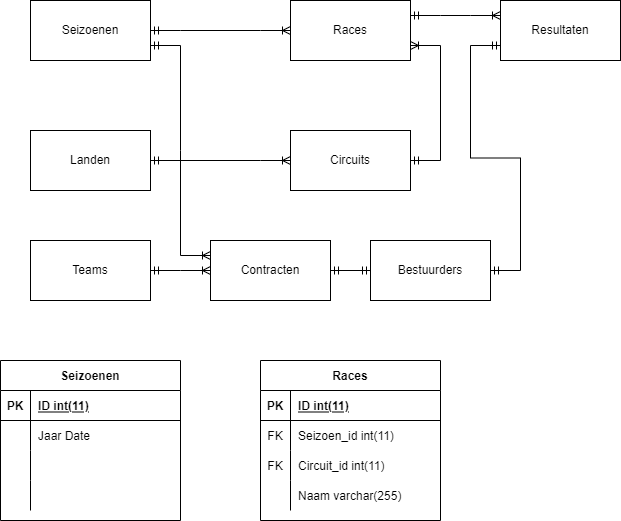
PeterVanKampen7/AO-B7-ERD keeps this draw.io diagram as F1 ERD.drawio.png. Above is the earlier version. Source tidied: cells renumbered, new cells last; positions are measured from the earlier drawing's top-left corner, leaving out a move shared by most shapes.
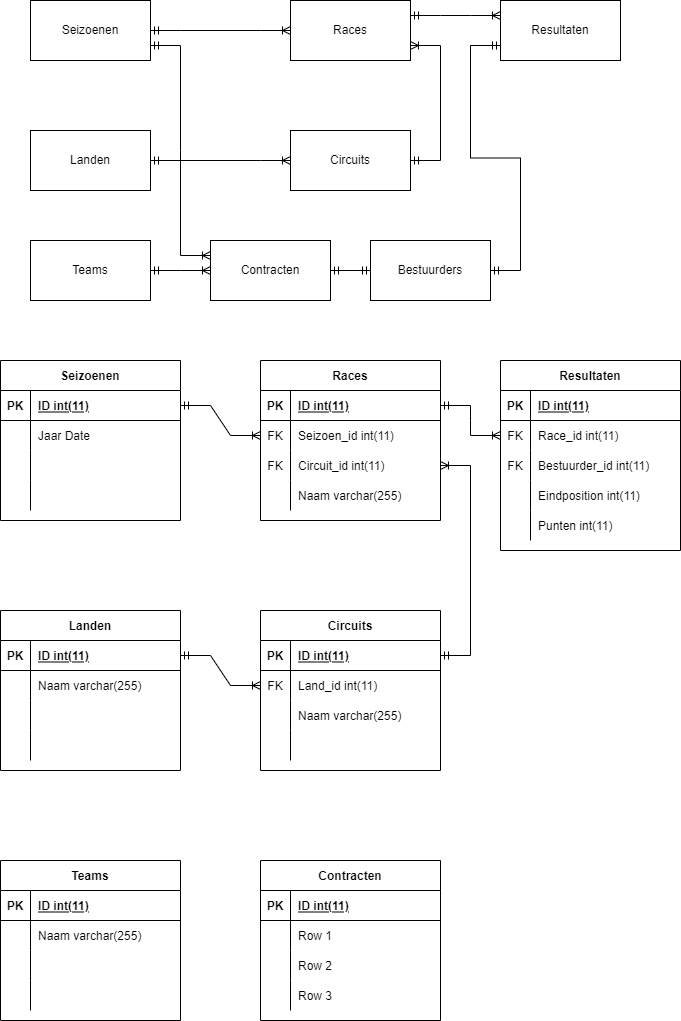
The same diagram one commit later.

The edit, as a diff of the source:
```diff
@@ -128,5 +128,221 @@
     <mxCell id="43" value="Naam varchar(255)" style="shape=partialRectangle;fillColor=none;top=0;left=0;bottom=0;right=0;align=left;spacingLeft=6;overflow=hidden;" parent="41" vertex="1">
       <mxGeometry x="30" width="150" height="30" as="geometry" />
     </mxCell>
+    <mxCell id="44" style="edgeStyle=entityRelationEdgeStyle;fontSize=12;html=1;endArrow=ERoneToMany;startArrow=ERmandOne;rounded=0;exitX=1;exitY=0.5;exitDx=0;exitDy=0;entryX=0;entryY=0.5;entryDx=0;entryDy=0;" parent="1" edge="1" source="19" target="35">
+      <mxGeometry relative="1" as="geometry" />
+    </mxCell>
+    <mxCell id="45" value="Resultaten" style="shape=table;startSize=30;rowLines=0;fontStyle=1;align=center;" parent="1" vertex="1">
+      <mxGeometry x="500" y="360" width="180" height="190" as="geometry" />
+    </mxCell>
+    <mxCell id="46" style="shape=tableRow;horizontal=0;startSize=0;swimlaneHead=0;swimlaneBody=0;fillColor=none;top=0;left=0;right=0;bottom=1;" parent="45" vertex="1">
+      <mxGeometry y="30" width="180" height="30" as="geometry" />
+    </mxCell>
+    <mxCell id="47" value="PK" style="shape=partialRectangle;fillColor=none;top=0;left=0;bottom=0;right=0;fontStyle=1;overflow=hidden;" parent="46" vertex="1">
+      <mxGeometry width="30" height="30" as="geometry" />
+    </mxCell>
+    <mxCell id="48" value="ID int(11)" style="shape=partialRectangle;fillColor=none;top=0;left=0;bottom=0;right=0;align=left;spacingLeft=6;fontStyle=5;overflow=hidden;" parent="46" vertex="1">
+      <mxGeometry x="30" width="150" height="30" as="geometry" />
+    </mxCell>
+    <mxCell id="49" style="shape=tableRow;horizontal=0;startSize=0;swimlaneHead=0;swimlaneBody=0;fillColor=none;points=[[0,0.5],[1,0.5]];portConstraint=eastwest;top=0;left=0;right=0;bottom=0;" parent="45" vertex="1">
+      <mxGeometry y="60" width="180" height="30" as="geometry" />
+    </mxCell>
+    <mxCell id="50" value="FK" style="shape=partialRectangle;fillColor=none;top=0;left=0;bottom=0;right=0;overflow=hidden;" parent="49" vertex="1">
+      <mxGeometry width="30" height="30" as="geometry" />
+    </mxCell>
+    <mxCell id="51" value="Race_id int(11)" style="shape=partialRectangle;fillColor=none;top=0;left=0;bottom=0;right=0;align=left;spacingLeft=6;overflow=hidden;" parent="49" vertex="1">
+      <mxGeometry x="30" width="150" height="30" as="geometry" />
+    </mxCell>
+    <mxCell id="52" style="shape=tableRow;horizontal=0;startSize=0;swimlaneHead=0;swimlaneBody=0;fillColor=none;top=0;left=0;right=0;bottom=0;" parent="45" vertex="1">
+      <mxGeometry y="90" width="180" height="30" as="geometry" />
+    </mxCell>
+    <mxCell id="53" value="FK" style="shape=partialRectangle;fillColor=none;top=0;left=0;bottom=0;right=0;overflow=hidden;" parent="52" vertex="1">
+      <mxGeometry width="30" height="30" as="geometry" />
+    </mxCell>
+    <mxCell id="54" value="Bestuurder_id int(11)" style="shape=partialRectangle;fillColor=none;top=0;left=0;bottom=0;right=0;align=left;spacingLeft=6;overflow=hidden;" parent="52" vertex="1">
+      <mxGeometry x="30" width="150" height="30" as="geometry" />
+    </mxCell>
+    <mxCell id="55" style="shape=tableRow;horizontal=0;startSize=0;swimlaneHead=0;swimlaneBody=0;fillColor=none;top=0;left=0;right=0;bottom=0;" parent="45" vertex="1">
+      <mxGeometry y="120" width="180" height="30" as="geometry" />
+    </mxCell>
+    <mxCell id="56" style="shape=partialRectangle;fillColor=none;top=0;left=0;bottom=0;right=0;overflow=hidden;" parent="55" vertex="1">
+      <mxGeometry width="30" height="30" as="geometry" />
+    </mxCell>
+    <mxCell id="57" value="Eindposition int(11)" style="shape=partialRectangle;fillColor=none;top=0;left=0;bottom=0;right=0;align=left;spacingLeft=6;overflow=hidden;" parent="55" vertex="1">
+      <mxGeometry x="30" width="150" height="30" as="geometry" />
+    </mxCell>
+    <mxCell id="58" style="shape=tableRow;horizontal=0;startSize=0;swimlaneHead=0;swimlaneBody=0;fillColor=none;top=0;left=0;right=0;bottom=0;" parent="45" vertex="1">
+      <mxGeometry y="150" width="180" height="30" as="geometry" />
+    </mxCell>
+    <mxCell id="59" style="shape=partialRectangle;fillColor=none;top=0;left=0;bottom=0;right=0;fontStyle=0;overflow=hidden;" parent="58" vertex="1">
+      <mxGeometry width="30" height="30" as="geometry" />
+    </mxCell>
+    <mxCell id="60" value="Punten int(11)" style="shape=partialRectangle;fillColor=none;top=0;left=0;bottom=0;right=0;align=left;spacingLeft=6;fontStyle=0;overflow=hidden;" parent="58" vertex="1">
+      <mxGeometry x="30" width="150" height="30" as="geometry" />
+    </mxCell>
+    <mxCell id="61" style="edgeStyle=entityRelationEdgeStyle;fontSize=12;html=1;endArrow=ERoneToMany;startArrow=ERmandOne;rounded=0;entryX=0;entryY=0.5;entryDx=0;entryDy=0;exitX=1;exitY=0.5;exitDx=0;exitDy=0;" parent="1" edge="1" source="32" target="49">
+      <mxGeometry relative="1" as="geometry" />
+    </mxCell>
+    <mxCell id="62" value="Circuits" style="shape=table;startSize=30;rowLines=0;fontStyle=1;align=center;" parent="1" vertex="1">
+      <mxGeometry x="260" y="610" width="180" height="160" as="geometry" />
+    </mxCell>
+    <mxCell id="63" style="shape=tableRow;horizontal=0;startSize=0;swimlaneHead=0;swimlaneBody=0;fillColor=none;points=[[0,0.5],[1,0.5]];portConstraint=eastwest;top=0;left=0;right=0;bottom=1;" parent="62" vertex="1">
+      <mxGeometry y="30" width="180" height="30" as="geometry" />
+    </mxCell>
+    <mxCell id="64" value="PK" style="shape=partialRectangle;fillColor=none;top=0;left=0;bottom=0;right=0;fontStyle=1;overflow=hidden;" parent="63" vertex="1">
+      <mxGeometry width="30" height="30" as="geometry" />
+    </mxCell>
+    <mxCell id="65" value="ID int(11)" style="shape=partialRectangle;fillColor=none;top=0;left=0;bottom=0;right=0;align=left;spacingLeft=6;fontStyle=5;overflow=hidden;" parent="63" vertex="1">
+      <mxGeometry x="30" width="150" height="30" as="geometry" />
+    </mxCell>
+    <mxCell id="66" style="shape=tableRow;horizontal=0;startSize=0;swimlaneHead=0;swimlaneBody=0;fillColor=none;points=[[0,0.5],[1,0.5]];portConstraint=eastwest;top=0;left=0;right=0;bottom=0;" parent="62" vertex="1">
+      <mxGeometry y="60" width="180" height="30" as="geometry" />
+    </mxCell>
+    <mxCell id="67" value="FK" style="shape=partialRectangle;fillColor=none;top=0;left=0;bottom=0;right=0;overflow=hidden;" parent="66" vertex="1">
+      <mxGeometry width="30" height="30" as="geometry" />
+    </mxCell>
+    <mxCell id="68" value="Land_id int(11)" style="shape=partialRectangle;fillColor=none;top=0;left=0;bottom=0;right=0;align=left;spacingLeft=6;overflow=hidden;" parent="66" vertex="1">
+      <mxGeometry x="30" width="150" height="30" as="geometry" />
+    </mxCell>
+    <mxCell id="69" style="shape=tableRow;horizontal=0;startSize=0;swimlaneHead=0;swimlaneBody=0;fillColor=none;top=0;left=0;right=0;bottom=0;" parent="62" vertex="1">
+      <mxGeometry y="90" width="180" height="30" as="geometry" />
+    </mxCell>
+    <mxCell id="70" style="shape=partialRectangle;fillColor=none;top=0;left=0;bottom=0;right=0;overflow=hidden;" parent="69" vertex="1">
+      <mxGeometry width="30" height="30" as="geometry" />
+    </mxCell>
+    <mxCell id="71" value="Naam varchar(255)" style="shape=partialRectangle;fillColor=none;top=0;left=0;bottom=0;right=0;align=left;spacingLeft=6;overflow=hidden;" parent="69" vertex="1">
+      <mxGeometry x="30" width="150" height="30" as="geometry" />
+    </mxCell>
+    <mxCell id="72" style="shape=tableRow;horizontal=0;startSize=0;swimlaneHead=0;swimlaneBody=0;fillColor=none;top=0;left=0;right=0;bottom=0;" parent="62" vertex="1">
+      <mxGeometry y="120" width="180" height="30" as="geometry" />
+    </mxCell>
+    <mxCell id="73" style="shape=partialRectangle;fillColor=none;top=0;left=0;bottom=0;right=0;overflow=hidden;" parent="72" vertex="1">
+      <mxGeometry width="30" height="30" as="geometry" />
+    </mxCell>
+    <mxCell id="74" style="shape=partialRectangle;fillColor=none;top=0;left=0;bottom=0;right=0;align=left;spacingLeft=6;overflow=hidden;" parent="72" vertex="1">
+      <mxGeometry x="30" width="150" height="30" as="geometry" />
+    </mxCell>
+    <mxCell id="75" style="edgeStyle=entityRelationEdgeStyle;fontSize=12;html=1;endArrow=ERoneToMany;startArrow=ERmandOne;rounded=0;exitX=1;exitY=0.5;exitDx=0;exitDy=0;entryX=1;entryY=0.5;entryDx=0;entryDy=0;" parent="1" edge="1" source="63" target="38">
+      <mxGeometry relative="1" as="geometry" />
+    </mxCell>
+    <mxCell id="76" value="Landen" style="shape=table;startSize=30;rowLines=0;fontStyle=1;align=center;" parent="1" vertex="1">
+      <mxGeometry y="610" width="180" height="160" as="geometry" />
+    </mxCell>
+    <mxCell id="77" style="shape=tableRow;horizontal=0;startSize=0;swimlaneHead=0;swimlaneBody=0;fillColor=none;points=[[0,0.5],[1,0.5]];portConstraint=eastwest;top=0;left=0;right=0;bottom=1;" parent="76" vertex="1">
+      <mxGeometry y="30" width="180" height="30" as="geometry" />
+    </mxCell>
+    <mxCell id="78" value="PK" style="shape=partialRectangle;fillColor=none;top=0;left=0;bottom=0;right=0;fontStyle=1;overflow=hidden;" parent="77" vertex="1">
+      <mxGeometry width="30" height="30" as="geometry" />
+    </mxCell>
+    <mxCell id="79" value="ID int(11)" style="shape=partialRectangle;fillColor=none;top=0;left=0;bottom=0;right=0;align=left;spacingLeft=6;fontStyle=5;overflow=hidden;" parent="77" vertex="1">
+      <mxGeometry x="30" width="150" height="30" as="geometry" />
+    </mxCell>
+    <mxCell id="80" style="shape=tableRow;horizontal=0;startSize=0;swimlaneHead=0;swimlaneBody=0;fillColor=none;top=0;left=0;right=0;bottom=0;" parent="76" vertex="1">
+      <mxGeometry y="60" width="180" height="30" as="geometry" />
+    </mxCell>
+    <mxCell id="81" style="shape=partialRectangle;fillColor=none;top=0;left=0;bottom=0;right=0;overflow=hidden;" parent="80" vertex="1">
+      <mxGeometry width="30" height="30" as="geometry" />
+    </mxCell>
+    <mxCell id="82" value="Naam varchar(255)" style="shape=partialRectangle;fillColor=none;top=0;left=0;bottom=0;right=0;align=left;spacingLeft=6;overflow=hidden;" parent="80" vertex="1">
+      <mxGeometry x="30" width="150" height="30" as="geometry" />
+    </mxCell>
+    <mxCell id="83" style="shape=tableRow;horizontal=0;startSize=0;swimlaneHead=0;swimlaneBody=0;fillColor=none;top=0;left=0;right=0;bottom=0;" parent="76" vertex="1">
+      <mxGeometry y="90" width="180" height="30" as="geometry" />
+    </mxCell>
+    <mxCell id="84" style="shape=partialRectangle;fillColor=none;top=0;left=0;bottom=0;right=0;overflow=hidden;" parent="83" vertex="1">
+      <mxGeometry width="30" height="30" as="geometry" />
+    </mxCell>
+    <mxCell id="85" style="shape=partialRectangle;fillColor=none;top=0;left=0;bottom=0;right=0;align=left;spacingLeft=6;overflow=hidden;" parent="83" vertex="1">
+      <mxGeometry x="30" width="150" height="30" as="geometry" />
+    </mxCell>
+    <mxCell id="86" style="shape=tableRow;horizontal=0;startSize=0;swimlaneHead=0;swimlaneBody=0;fillColor=none;top=0;left=0;right=0;bottom=0;" parent="76" vertex="1">
+      <mxGeometry y="120" width="180" height="30" as="geometry" />
+    </mxCell>
+    <mxCell id="87" style="shape=partialRectangle;fillColor=none;top=0;left=0;bottom=0;right=0;overflow=hidden;" parent="86" vertex="1">
+      <mxGeometry width="30" height="30" as="geometry" />
+    </mxCell>
+    <mxCell id="88" style="shape=partialRectangle;fillColor=none;top=0;left=0;bottom=0;right=0;align=left;spacingLeft=6;overflow=hidden;" parent="86" vertex="1">
+      <mxGeometry x="30" width="150" height="30" as="geometry" />
+    </mxCell>
+    <mxCell id="89" style="edgeStyle=entityRelationEdgeStyle;fontSize=12;html=1;endArrow=ERoneToMany;startArrow=ERmandOne;rounded=0;entryX=0;entryY=0.5;entryDx=0;entryDy=0;exitX=1;exitY=0.5;exitDx=0;exitDy=0;" parent="1" edge="1" source="77" target="66">
+      <mxGeometry relative="1" as="geometry" />
+    </mxCell>
+    <mxCell id="90" value="Teams" style="shape=table;startSize=30;rowLines=0;fontStyle=1;align=center;" parent="1" vertex="1">
+      <mxGeometry y="860" width="180" height="160" as="geometry" />
+    </mxCell>
+    <mxCell id="91" style="shape=tableRow;horizontal=0;startSize=0;swimlaneHead=0;swimlaneBody=0;fillColor=none;top=0;left=0;right=0;bottom=1;" parent="90" vertex="1">
+      <mxGeometry y="30" width="180" height="30" as="geometry" />
+    </mxCell>
+    <mxCell id="92" value="PK" style="shape=partialRectangle;fillColor=none;top=0;left=0;bottom=0;right=0;fontStyle=1;overflow=hidden;" parent="91" vertex="1">
+      <mxGeometry width="30" height="30" as="geometry" />
+    </mxCell>
+    <mxCell id="93" value="ID int(11)" style="shape=partialRectangle;fillColor=none;top=0;left=0;bottom=0;right=0;align=left;spacingLeft=6;fontStyle=5;overflow=hidden;" parent="91" vertex="1">
+      <mxGeometry x="30" width="150" height="30" as="geometry" />
+    </mxCell>
+    <mxCell id="94" style="shape=tableRow;horizontal=0;startSize=0;swimlaneHead=0;swimlaneBody=0;fillColor=none;top=0;left=0;right=0;bottom=0;" parent="90" vertex="1">
+      <mxGeometry y="60" width="180" height="30" as="geometry" />
+    </mxCell>
+    <mxCell id="95" style="shape=partialRectangle;fillColor=none;top=0;left=0;bottom=0;right=0;overflow=hidden;" parent="94" vertex="1">
+      <mxGeometry width="30" height="30" as="geometry" />
+    </mxCell>
+    <mxCell id="96" value="Naam varchar(255)" style="shape=partialRectangle;fillColor=none;top=0;left=0;bottom=0;right=0;align=left;spacingLeft=6;overflow=hidden;" parent="94" vertex="1">
+      <mxGeometry x="30" width="150" height="30" as="geometry" />
+    </mxCell>
+    <mxCell id="97" style="shape=tableRow;horizontal=0;startSize=0;swimlaneHead=0;swimlaneBody=0;fillColor=none;top=0;left=0;right=0;bottom=0;" parent="90" vertex="1">
+      <mxGeometry y="90" width="180" height="30" as="geometry" />
+    </mxCell>
+    <mxCell id="98" style="shape=partialRectangle;fillColor=none;top=0;left=0;bottom=0;right=0;overflow=hidden;" parent="97" vertex="1">
+      <mxGeometry width="30" height="30" as="geometry" />
+    </mxCell>
+    <mxCell id="99" style="shape=partialRectangle;fillColor=none;top=0;left=0;bottom=0;right=0;align=left;spacingLeft=6;overflow=hidden;" parent="97" vertex="1">
+      <mxGeometry x="30" width="150" height="30" as="geometry" />
+    </mxCell>
+    <mxCell id="100" style="shape=tableRow;horizontal=0;startSize=0;swimlaneHead=0;swimlaneBody=0;fillColor=none;top=0;left=0;right=0;bottom=0;" parent="90" vertex="1">
+      <mxGeometry y="120" width="180" height="30" as="geometry" />
+    </mxCell>
+    <mxCell id="101" style="shape=partialRectangle;fillColor=none;top=0;left=0;bottom=0;right=0;overflow=hidden;" parent="100" vertex="1">
+      <mxGeometry width="30" height="30" as="geometry" />
+    </mxCell>
+    <mxCell id="102" style="shape=partialRectangle;fillColor=none;top=0;left=0;bottom=0;right=0;align=left;spacingLeft=6;overflow=hidden;" parent="100" vertex="1">
+      <mxGeometry x="30" width="150" height="30" as="geometry" />
+    </mxCell>
+    <mxCell id="103" value="Contracten" style="shape=table;startSize=30;rowLines=0;fontStyle=1;align=center;" parent="1" vertex="1">
+      <mxGeometry x="260" y="860" width="180" height="160" as="geometry" />
+    </mxCell>
+    <mxCell id="104" style="shape=tableRow;horizontal=0;startSize=0;swimlaneHead=0;swimlaneBody=0;fillColor=none;top=0;left=0;right=0;bottom=1;" parent="103" vertex="1">
+      <mxGeometry y="30" width="180" height="30" as="geometry" />
+    </mxCell>
+    <mxCell id="105" value="PK" style="shape=partialRectangle;fillColor=none;top=0;left=0;bottom=0;right=0;fontStyle=1;overflow=hidden;" parent="104" vertex="1">
+      <mxGeometry width="30" height="30" as="geometry" />
+    </mxCell>
+    <mxCell id="106" value="ID int(11)" style="shape=partialRectangle;fillColor=none;top=0;left=0;bottom=0;right=0;align=left;spacingLeft=6;fontStyle=5;overflow=hidden;" parent="104" vertex="1">
+      <mxGeometry x="30" width="150" height="30" as="geometry" />
+    </mxCell>
+    <mxCell id="107" style="shape=tableRow;horizontal=0;startSize=0;swimlaneHead=0;swimlaneBody=0;fillColor=none;top=0;left=0;right=0;bottom=0;" parent="103" vertex="1">
+      <mxGeometry y="60" width="180" height="30" as="geometry" />
+    </mxCell>
+    <mxCell id="108" style="shape=partialRectangle;fillColor=none;top=0;left=0;bottom=0;right=0;overflow=hidden;" parent="107" vertex="1">
+      <mxGeometry width="30" height="30" as="geometry" />
+    </mxCell>
+    <mxCell id="109" value="Row 1" style="shape=partialRectangle;fillColor=none;top=0;left=0;bottom=0;right=0;align=left;spacingLeft=6;overflow=hidden;" parent="107" vertex="1">
+      <mxGeometry x="30" width="150" height="30" as="geometry" />
+    </mxCell>
+    <mxCell id="110" style="shape=tableRow;horizontal=0;startSize=0;swimlaneHead=0;swimlaneBody=0;fillColor=none;top=0;left=0;right=0;bottom=0;" parent="103" vertex="1">
+      <mxGeometry y="90" width="180" height="30" as="geometry" />
+    </mxCell>
+    <mxCell id="111" style="shape=partialRectangle;fillColor=none;top=0;left=0;bottom=0;right=0;overflow=hidden;" parent="110" vertex="1">
+      <mxGeometry width="30" height="30" as="geometry" />
+    </mxCell>
+    <mxCell id="112" value="Row 2" style="shape=partialRectangle;fillColor=none;top=0;left=0;bottom=0;right=0;align=left;spacingLeft=6;overflow=hidden;" parent="110" vertex="1">
+      <mxGeometry x="30" width="150" height="30" as="geometry" />
+    </mxCell>
+    <mxCell id="113" style="shape=tableRow;horizontal=0;startSize=0;swimlaneHead=0;swimlaneBody=0;fillColor=none;top=0;left=0;right=0;bottom=0;" parent="103" vertex="1">
+      <mxGeometry y="120" width="180" height="30" as="geometry" />
+    </mxCell>
+    <mxCell id="114" style="shape=partialRectangle;fillColor=none;top=0;left=0;bottom=0;right=0;overflow=hidden;" parent="113" vertex="1">
+      <mxGeometry width="30" height="30" as="geometry" />
+    </mxCell>
+    <mxCell id="115" value="Row 3" style="shape=partialRectangle;fillColor=none;top=0;left=0;bottom=0;right=0;align=left;spacingLeft=6;overflow=hidden;" parent="113" vertex="1">
+      <mxGeometry x="30" width="150" height="30" as="geometry" />
+    </mxCell>
   </root>
 </mxGraphModel>
```
